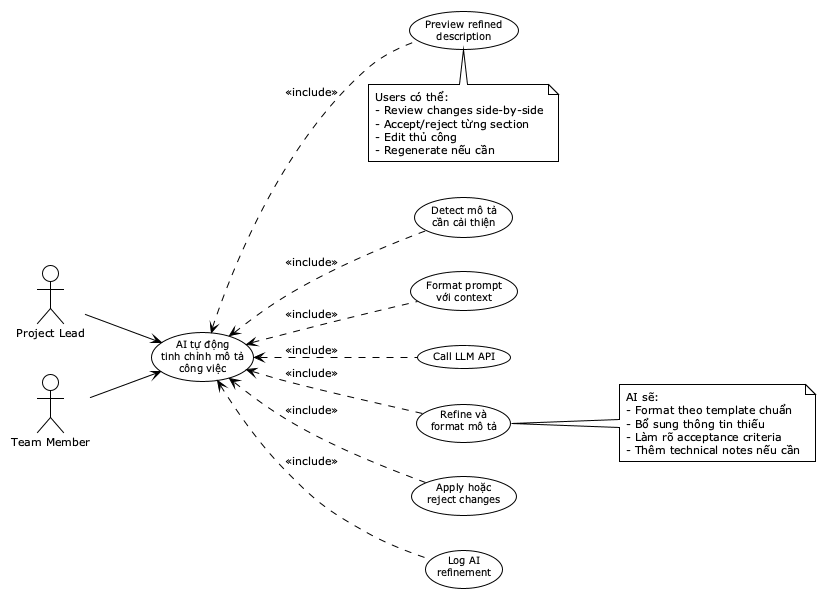
This is reports/dat-examples/report/images/uc06_2_ai_description.png from toantran292/datn, a PlantUML export, as it was before one commit.
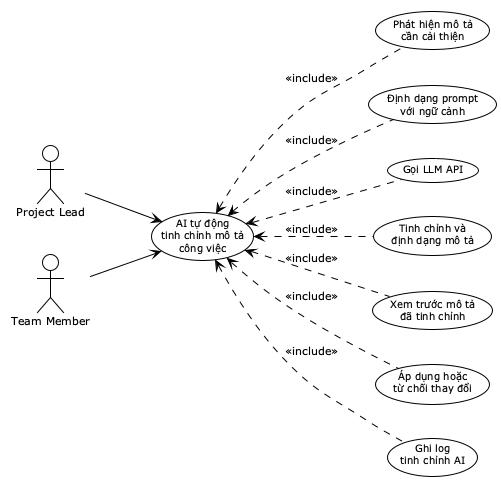
After the change.

The edit, as a diff of the source:
```diff
@@ -9,13 +9,13 @@
 actor "Team Member" as TM
 
 usecase "AI tự động\ntinh chỉnh mô tả\ncông việc" as UC_RefineDesc
-usecase "Detect mô tả\ncần cải thiện" as UC_DetectDesc
-usecase "Format prompt\nvới context" as UC_FormatPrompt
-usecase "Call LLM API" as UC_CallAPI
-usecase "Refine và\nformat mô tả" as UC_Refine
-usecase "Preview refined\ndescription" as UC_Preview
-usecase "Apply hoặc\nreject changes" as UC_ApplyChanges
-usecase "Log AI\nrefinement" as UC_LogAI
+usecase "Phát hiện mô tả\ncần cải thiện" as UC_DetectDesc
+usecase "Định dạng prompt\nvới ngữ cảnh" as UC_FormatPrompt
+usecase "Gọi LLM API" as UC_CallAPI
+usecase "Tinh chỉnh và\nđịnh dạng mô tả" as UC_Refine
+usecase "Xem trước mô tả\nđã tinh chỉnh" as UC_Preview
+usecase "Áp dụng hoặc\ntừ chối thay đổi" as UC_ApplyChanges
+usecase "Ghi log\ntinh chỉnh AI" as UC_LogAI
 
 PL --> UC_RefineDesc
 TM --> UC_RefineDesc
@@ -28,20 +28,6 @@
 UC_ApplyChanges .up.> UC_RefineDesc : <<include>>
 UC_LogAI .up.> UC_RefineDesc : <<include>>
 
-note right of UC_Refine
-  AI sẽ:
-  - Format theo template chuẩn
-  - Bổ sung thông tin thiếu
-  - Làm rõ acceptance criteria
-  - Thêm technical notes nếu cần
-end note
 
-note bottom of UC_Preview
-  Users có thể:
-  - Review changes side-by-side
-  - Accept/reject từng section
-  - Edit thủ công
-  - Regenerate nếu cần
-end note
 
 @enduml
```
